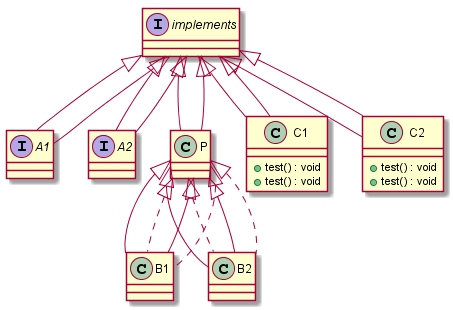
MeenakshiParyani/CMPE-202 keeps this PlantUML diagram as JavaUMLParser/src/test/resources/Test-Case-2/output.png. Above is the earlier version. Its diagram source:
```plantuml
@startuml
interface A1 extends  implements  {
}

interface A2 extends  implements  {
}

class B1 extends P implements P {
}

class B2 extends P implements P {
}

class C1 extends  implements  {
 +test() : void
}

class C2 extends  implements  {
 +test() : void
}

class P extends  implements  {
}

interface A1 extends  implements  {
}

interface A2 extends  implements  {
}

class B1 extends P implements P {
}

class B2 extends P implements P {
}

class C1 extends  implements  {
 +test() : void
}

class C2 extends  implements  {
 +test() : void
}

class P extends  implements  {
}

@enduml
```
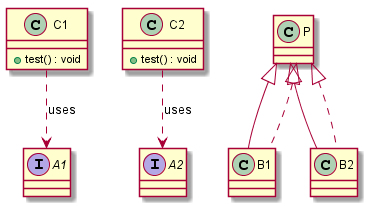
The same file after the commit.

The edit, as a diff of the source:
```diff
@@ -1,8 +1,8 @@
 @startuml
-interface A1 extends  implements  {
+interface A1 {
 }
 
-interface A2 extends  implements  {
+interface A2 {
 }
 
 class B1 extends P implements P {
@@ -11,38 +11,17 @@
 class B2 extends P implements P {
 }
 
-class C1 extends  implements  {
+class C1 {
  +test() : void
 }
 
-class C2 extends  implements  {
+class C2 {
  +test() : void
 }
 
-class P extends  implements  {
+class P {
 }
 
-interface A1 extends  implements  {
-}
-
-interface A2 extends  implements  {
-}
-
-class B1 extends P implements P {
-}
-
-class B2 extends P implements P {
-}
-
-class C1 extends  implements  {
- +test() : void
-}
-
-class C2 extends  implements  {
- +test() : void
-}
-
-class P extends  implements  {
-}
-
+C1 ..> A1 : uses
+C2 ..> A2 : uses
 @enduml
```
